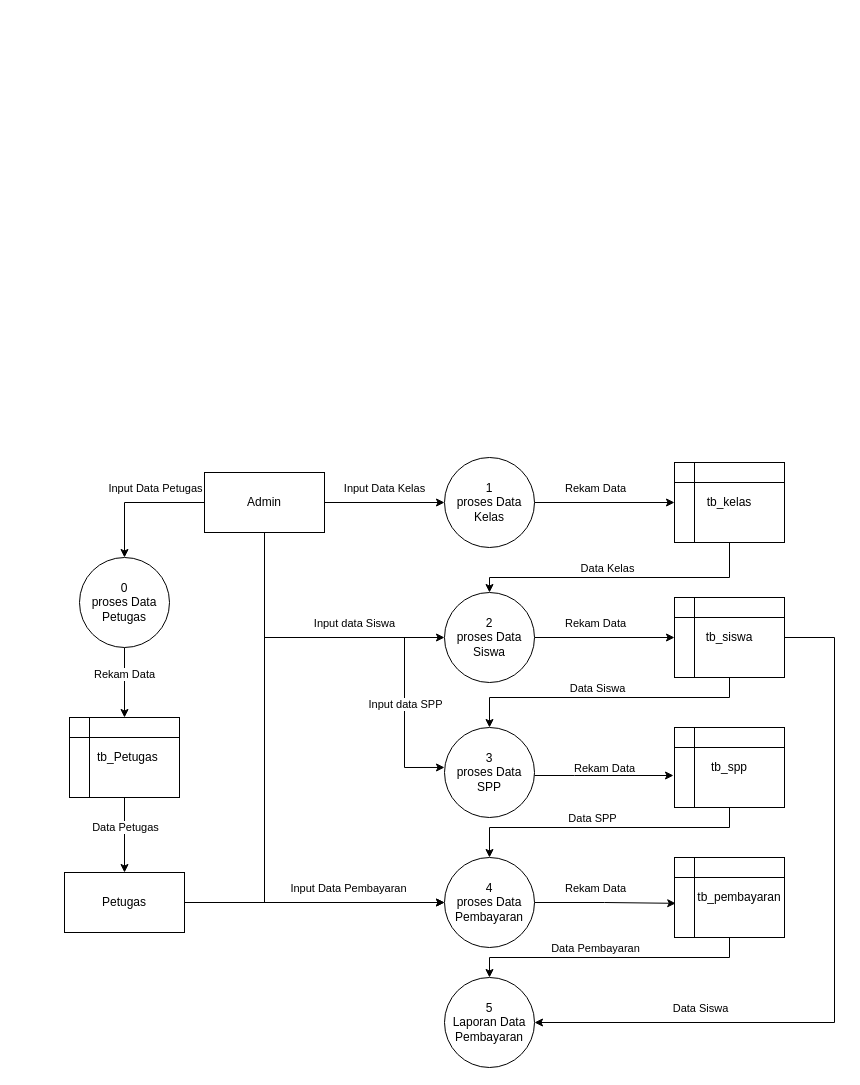
The draw.io diagram espepe/DFD.drawio in JelangA/ujikom, before the edit. Source tidied: cells renumbered, new cells numbered last; positions are measured from the earlier drawing's top-left corner, leaving out a move shared by most shapes. Both pictures are drawn from the tidied source at 100%, with x=0, y=0 at pixel (64, 457).
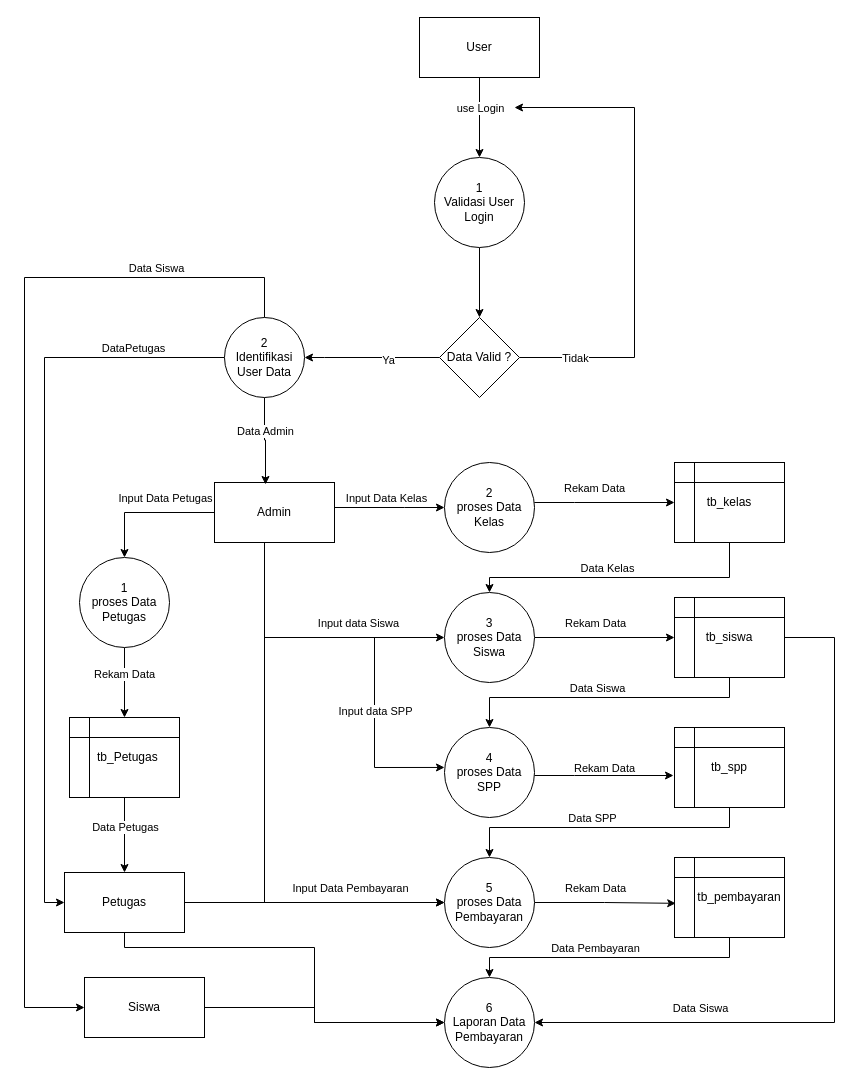
After the change.

Unchanged cells that the change refers to:
```xml
<mxCell id="18" value="tb_kelas" style="shape=internalStorage;whiteSpace=wrap;html=1;backgroundOutline=1;" parent="1" vertex="1">
  <mxGeometry x="610" y="5" width="110" height="80" as="geometry" />
</mxCell>
<mxCell id="47" value="Petugas" style="rounded=0;whiteSpace=wrap;html=1;" parent="1" vertex="1">
  <mxGeometry y="415" width="120" height="60" as="geometry" />
</mxCell>
```

Change to the diagram source:
```diff
@@
     <mxCell id="2" style="edgeStyle=orthogonalEdgeStyle;rounded=0;jettySize=auto;html=1;entryX=0;entryY=0.5;entryDx=0;entryDy=0;" parent="1" edge="1" source="12" target="15">
-      <mxGeometry relative="1" as="geometry" />
+      <mxGeometry relative="1" as="geometry">
+        <Array as="points">
+          <mxPoint x="340" y="50" />
+          <mxPoint x="340" y="50" />
+        </Array>
+      </mxGeometry>
     </mxCell>
     <mxCell id="3" value="Input Data Kelas" style="edgeLabel;html=1;align=center;verticalAlign=middle;" parent="2" vertex="1">
       <mxGeometry x="-0.24" y="-1" relative="1" as="geometry">
-        <mxPoint x="13" y="-16" as="offset" />
+        <mxPoint x="9" y="-11" as="offset" />
       </mxGeometry>
     </mxCell>
@@
     <mxCell id="6" style="edgeStyle=orthogonalEdgeStyle;rounded=0;jettySize=auto;html=1;entryX=0;entryY=0.444;entryDx=0;entryDy=0;entryPerimeter=0;" parent="1" edge="1" source="12" target="29">
       <mxGeometry relative="1" as="geometry">
         <Array as="points">
           <mxPoint x="200" y="180" />
-          <mxPoint x="340" y="180" />
-          <mxPoint x="340" y="310" />
+          <mxPoint x="310" y="180" />
+          <mxPoint x="310" y="310" />
         </Array>
       </mxGeometry>
     </mxCell>
     <mxCell id="7" value="Input data SPP" style="edgeLabel;html=1;align=center;verticalAlign=middle;" parent="6" vertex="1">
       <mxGeometry x="0.27" relative="1" as="geometry">
-        <mxPoint y="47" as="offset" />
+        <mxPoint y="21" as="offset" />
       </mxGeometry>
     </mxCell>
@@
     <mxCell id="12" value="Admin" style="rounded=0;whiteSpace=wrap;html=1;" parent="1" vertex="1">
-      <mxGeometry x="140" y="15" width="120" height="60" as="geometry" />
+      <mxGeometry x="150" y="25" width="120" height="60" as="geometry" />
     </mxCell>
     <mxCell id="13" style="edgeStyle=orthogonalEdgeStyle;rounded=0;jettySize=auto;html=1;entryX=0;entryY=0.5;entryDx=0;entryDy=0;" parent="1" edge="1" source="15" target="18">
-      <mxGeometry relative="1" as="geometry" />
+      <mxGeometry relative="1" as="geometry">
+        <Array as="points">
+          <mxPoint x="510" y="45" />
+          <mxPoint x="510" y="45" />
+        </Array>
+      </mxGeometry>
     </mxCell>
@@
-    <mxCell id="15" value="1&lt;br&gt;proses Data Kelas" style="ellipse;whiteSpace=wrap;html=1;" parent="1" vertex="1">
-      <mxGeometry x="380" width="90" height="90" as="geometry" />
+    <mxCell id="15" value="2&lt;br&gt;proses Data Kelas" style="ellipse;whiteSpace=wrap;html=1;" parent="1" vertex="1">
+      <mxGeometry x="380" y="5" width="90" height="90" as="geometry" />
     </mxCell>
@@
-    <mxCell id="21" value="2&lt;br&gt;proses Data Siswa" style="ellipse;whiteSpace=wrap;html=1;" parent="1" vertex="1">
+    <mxCell id="21" value="3&lt;br&gt;proses Data Siswa" style="ellipse;whiteSpace=wrap;html=1;" parent="1" vertex="1">
       <mxGeometry x="380" y="135" width="90" height="90" as="geometry" />
     </mxCell>
@@
-    <mxCell id="29" value="3&lt;br&gt;proses Data SPP" style="ellipse;whiteSpace=wrap;html=1;" parent="1" vertex="1">
+    <mxCell id="29" value="4&lt;br&gt;proses Data SPP" style="ellipse;whiteSpace=wrap;html=1;" parent="1" vertex="1">
       <mxGeometry x="380" y="270" width="90" height="90" as="geometry" />
     </mxCell>
@@
-    <mxCell id="32" value="4&lt;br&gt;proses Data Pembayaran" style="ellipse;whiteSpace=wrap;html=1;" parent="1" vertex="1">
+    <mxCell id="32" value="5&lt;br&gt;proses Data Pembayaran" style="ellipse;whiteSpace=wrap;html=1;" parent="1" vertex="1">
       <mxGeometry x="380" y="400" width="90" height="90" as="geometry" />
     </mxCell>
@@
-    <mxCell id="39" value="5&lt;br&gt;Laporan Data Pembayaran" style="ellipse;whiteSpace=wrap;html=1;" parent="1" vertex="1">
+    <mxCell id="39" value="6&lt;br&gt;Laporan Data Pembayaran" style="ellipse;whiteSpace=wrap;html=1;" parent="1" vertex="1">
       <mxGeometry x="380" y="520" width="90" height="90" as="geometry" />
     </mxCell>
@@
-    <mxCell id="42" value="0&lt;br&gt;proses Data Petugas" style="ellipse;whiteSpace=wrap;html=1;" parent="1" vertex="1">
+    <mxCell id="42" value="1&lt;br&gt;proses Data Petugas" style="ellipse;whiteSpace=wrap;html=1;" parent="1" vertex="1">
       <mxGeometry x="15" y="100" width="90" height="90" as="geometry" />
     </mxCell>
@@
+    <mxCell id="48" style="edgeStyle=orthogonalEdgeStyle;rounded=0;jettySize=auto;html=1;entryX=0;entryY=0.5;entryDx=0;entryDy=0;" parent="1" edge="1" source="47" target="39">
+      <mxGeometry relative="1" as="geometry">
+        <Array as="points">
+          <mxPoint x="60" y="490" />
+          <mxPoint x="250" y="490" />
+          <mxPoint x="250" y="565" />
+        </Array>
+      </mxGeometry>
+    </mxCell>
@@
+    <mxCell id="49" style="edgeStyle=orthogonalEdgeStyle;rounded=0;jettySize=auto;html=1;entryX=0.5;entryY=0;entryDx=0;entryDy=0;" parent="1" edge="1" source="51" target="53">
+      <mxGeometry relative="1" as="geometry" />
+    </mxCell>
+    <mxCell id="50" value="use Login" style="edgeLabel;html=1;align=center;verticalAlign=middle;" parent="49" vertex="1">
+      <mxGeometry x="0.27" y="-1" relative="1" as="geometry">
+        <mxPoint x="1" y="-21" as="offset" />
+      </mxGeometry>
+    </mxCell>
+    <mxCell id="51" value="User" style="rounded=0;whiteSpace=wrap;html=1;" parent="1" vertex="1">
+      <mxGeometry x="355" y="-440" width="120" height="60" as="geometry" />
+    </mxCell>
+    <mxCell id="52" style="edgeStyle=orthogonalEdgeStyle;rounded=0;jettySize=auto;html=1;entryX=0.5;entryY=0;entryDx=0;entryDy=0;" parent="1" edge="1" source="53" target="58">
+      <mxGeometry relative="1" as="geometry" />
+    </mxCell>
+    <mxCell id="53" value="1&lt;br&gt;Validasi User Login" style="ellipse;whiteSpace=wrap;html=1;" parent="1" vertex="1">
+      <mxGeometry x="370" y="-300" width="90" height="90" as="geometry" />
+    </mxCell>
+    <mxCell id="54" style="edgeStyle=orthogonalEdgeStyle;rounded=0;jettySize=auto;html=1;" parent="1" edge="1" source="58">
+      <mxGeometry relative="1" as="geometry">
+        <mxPoint x="450" y="-350" as="targetPoint" />
+        <Array as="points">
+          <mxPoint x="570" y="-100" />
+          <mxPoint x="570" y="-350" />
+        </Array>
+      </mxGeometry>
+    </mxCell>
+    <mxCell id="55" value="Tidak" style="edgeLabel;html=1;align=center;verticalAlign=middle;" parent="54" vertex="1">
+      <mxGeometry x="-0.84" y="-3" relative="1" as="geometry">
+        <mxPoint x="16" y="-3" as="offset" />
+      </mxGeometry>
+    </mxCell>
+    <mxCell id="56" style="edgeStyle=orthogonalEdgeStyle;rounded=0;jettySize=auto;html=1;entryX=1;entryY=0.5;entryDx=0;entryDy=0;" parent="1" edge="1" source="58" target="65">
+      <mxGeometry relative="1" as="geometry">
+        <Array as="points">
+          <mxPoint x="260" y="-100" />
+          <mxPoint x="260" y="-100" />
+        </Array>
+      </mxGeometry>
+    </mxCell>
+    <mxCell id="57" value="Ya" style="edgeLabel;html=1;align=center;verticalAlign=middle;" parent="56" vertex="1">
+      <mxGeometry x="-0.23" y="2" relative="1" as="geometry" />
+    </mxCell>
+    <mxCell id="58" value="Data Valid ?" style="rhombus;whiteSpace=wrap;html=1;" parent="1" vertex="1">
+      <mxGeometry x="375" y="-140" width="80" height="80" as="geometry" />
+    </mxCell>
+    <mxCell id="59" style="edgeStyle=orthogonalEdgeStyle;rounded=0;jettySize=auto;html=1;entryX=0.425;entryY=0.033;entryDx=0;entryDy=0;entryPerimeter=0;" parent="1" edge="1" source="65" target="12">
+      <mxGeometry relative="1" as="geometry" />
+    </mxCell>
+    <mxCell id="60" value="Data Admin" style="edgeLabel;html=1;align=center;verticalAlign=middle;" parent="59" vertex="1">
+      <mxGeometry x="-0.25" relative="1" as="geometry" />
+    </mxCell>
+    <mxCell id="61" style="edgeStyle=orthogonalEdgeStyle;rounded=0;jettySize=auto;html=1;entryX=0;entryY=0.5;entryDx=0;entryDy=0;" parent="1" edge="1" source="65" target="47">
+      <mxGeometry relative="1" as="geometry" />
+    </mxCell>
+    <mxCell id="62" value="DataPetugas" style="edgeLabel;html=1;align=center;verticalAlign=middle;" parent="61" vertex="1">
+      <mxGeometry x="-0.78" y="5" relative="1" as="geometry">
+        <mxPoint x="-10" y="-15" as="offset" />
+      </mxGeometry>
+    </mxCell>
+    <mxCell id="63" style="edgeStyle=orthogonalEdgeStyle;rounded=0;jettySize=auto;html=1;entryX=0;entryY=0.5;entryDx=0;entryDy=0;" parent="1" edge="1" source="65" target="67">
+      <mxGeometry relative="1" as="geometry">
+        <Array as="points">
+          <mxPoint x="200" y="-180" />
+          <mxPoint x="-40" y="-180" />
+          <mxPoint x="-40" y="550" />
+        </Array>
+      </mxGeometry>
+    </mxCell>
+    <mxCell id="64" value="Data Siswa" style="edgeLabel;html=1;align=center;verticalAlign=middle;" parent="63" vertex="1">
+      <mxGeometry x="-0.74" y="-3" relative="1" as="geometry">
+        <mxPoint x="-10" y="-7" as="offset" />
+      </mxGeometry>
+    </mxCell>
+    <mxCell id="65" value="2&lt;br&gt;Identifikasi User Data" style="ellipse;whiteSpace=wrap;html=1;" parent="1" vertex="1">
+      <mxGeometry x="160" y="-140" width="80" height="80" as="geometry" />
+    </mxCell>
+    <mxCell id="66" style="edgeStyle=orthogonalEdgeStyle;rounded=0;jettySize=auto;html=1;entryX=0;entryY=0.5;entryDx=0;entryDy=0;" parent="1" edge="1" source="67" target="39">
+      <mxGeometry relative="1" as="geometry">
+        <Array as="points">
+          <mxPoint x="250" y="550" />
+          <mxPoint x="250" y="565" />
+        </Array>
+      </mxGeometry>
+    </mxCell>
+    <mxCell id="67" value="Siswa" style="rounded=0;whiteSpace=wrap;html=1;" parent="1" vertex="1">
+      <mxGeometry x="20" y="520" width="120" height="60" as="geometry" />
+    </mxCell>
```
